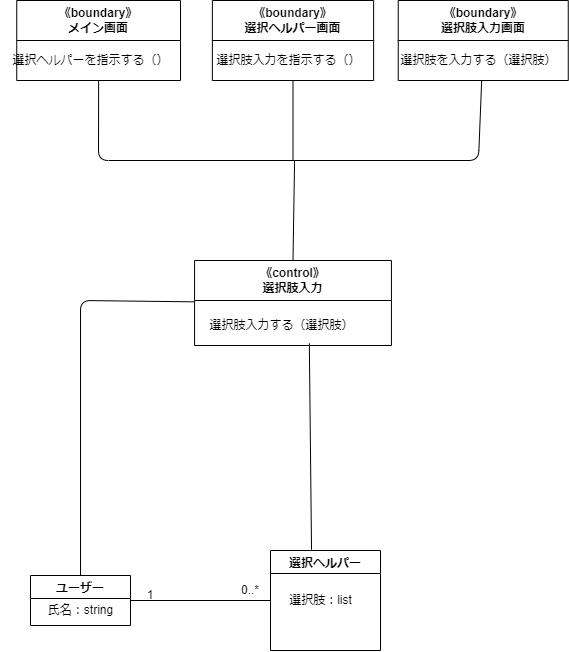
This is 分析Class12.drawio.png from Hu-Hanxu/First-App-Self-Management-, a draw.io export, as it was before one commit. Source tidied: cells renumbered, new cells last; positions are measured from the earlier drawing's top-left corner, leaving out a move shared by most shapes. The source it was exported from:
```xml
<mxGraphModel>
  <root>
    <mxCell id="0" />
    <mxCell id="1" parent="0" />
    <mxCell id="2" value="選択ヘルパー" style="swimlane;" parent="1" vertex="1">
      <mxGeometry x="270" y="550" width="110" height="100" as="geometry" />
    </mxCell>
    <mxCell id="3" value="選択肢：list" style="text;html=1;align=center;verticalAlign=middle;strokeColor=none;fillColor=none;" parent="1" vertex="1">
      <mxGeometry x="275" y="585" width="90" height="30" as="geometry" />
    </mxCell>
    <mxCell id="4" style="endArrow=none;html=1;entryX=0;entryY=0.5;entryDx=0;entryDy=0;exitX=1;exitY=0.5;exitDx=0;exitDy=0;" parent="1" edge="1" target="2">
      <mxGeometry relative="1" as="geometry">
        <mxPoint x="130" y="600" as="sourcePoint" />
      </mxGeometry>
    </mxCell>
    <mxCell id="5" value="1" style="text;html=1;strokeColor=none;fillColor=none;align=center;verticalAlign=middle;whiteSpace=wrap;rounded=0;" parent="1" vertex="1">
      <mxGeometry x="120" y="580" width="60" height="30" as="geometry" />
    </mxCell>
    <mxCell id="6" value="0..*" style="text;html=1;strokeColor=none;fillColor=none;align=center;verticalAlign=middle;whiteSpace=wrap;rounded=0;" parent="1" vertex="1">
      <mxGeometry x="230" y="580" width="40" height="20" as="geometry" />
    </mxCell>
    <mxCell id="7" value="ユーザー" style="swimlane;" parent="1" vertex="1">
      <mxGeometry x="30" y="575" width="100" height="50" as="geometry" />
    </mxCell>
    <mxCell id="8" value="氏名：string" style="text;html=1;align=center;verticalAlign=middle;strokeColor=none;fillColor=none;" parent="7" vertex="1">
      <mxGeometry x="5" y="20" width="90" height="30" as="geometry" />
    </mxCell>
    <mxCell id="9" value="&lt;span style=&quot;&quot;&gt;《control》&lt;br&gt;選択肢入力&lt;br&gt;&lt;/span&gt;" style="swimlane;whiteSpace=wrap;html=1;startSize=40;" parent="1" vertex="1">
      <mxGeometry x="194.1" y="260" width="196.9" height="85" as="geometry" />
    </mxCell>
    <mxCell id="10" value="選択肢入力する（選択肢）" style="text;html=1;align=center;verticalAlign=middle;points=[];strokeColor=none;fillColor=none;" parent="9" vertex="1">
      <mxGeometry x="1.9" y="50" width="170" height="30" as="geometry" />
    </mxCell>
    <mxCell id="11" value="《boundary》&lt;br&gt;メイン画面" style="swimlane;whiteSpace=wrap;html=1;startSize=40;" parent="1" vertex="1">
      <mxGeometry x="16.2" width="163.8" height="80" as="geometry" />
    </mxCell>
    <mxCell id="12" value="選択ヘルパーを指示する（）" style="text;html=1;align=center;verticalAlign=middle;strokeColor=none;fillColor=none;" parent="11" vertex="1">
      <mxGeometry x="-16.2" y="45" width="180" height="30" as="geometry" />
    </mxCell>
    <mxCell id="13" value="《boundary》&lt;br&gt;選択ヘルパー画面" style="swimlane;whiteSpace=wrap;html=1;startSize=40;" parent="1" vertex="1">
      <mxGeometry x="211.9" width="161.2" height="80" as="geometry" />
    </mxCell>
    <mxCell id="14" value="選択肢入力を指示する（）" style="text;html=1;align=center;verticalAlign=middle;strokeColor=none;fillColor=none;" parent="13" vertex="1">
      <mxGeometry x="-8.8" y="45" width="170" height="30" as="geometry" />
    </mxCell>
    <mxCell id="15" value="《boundary》&lt;br&gt;選択肢入力画面" style="swimlane;whiteSpace=wrap;html=1;startSize=40;" parent="1" vertex="1">
      <mxGeometry x="397.8" width="170" height="80" as="geometry" />
    </mxCell>
    <mxCell id="16" value="選択肢を入力する（選択肢）" style="text;html=1;align=center;verticalAlign=middle;strokeColor=none;fillColor=none;" parent="15" vertex="1">
      <mxGeometry x="-10" y="45" width="180" height="30" as="geometry" />
    </mxCell>
    <mxCell id="17" style="endArrow=none;html=1;exitX=0.5;exitY=1;exitDx=0;exitDy=0;" parent="1" edge="1" source="11" target="15">
      <mxGeometry relative="1" as="geometry">
        <Array as="points">
          <mxPoint x="98" y="160" />
          <mxPoint x="478" y="160" />
        </Array>
      </mxGeometry>
    </mxCell>
    <mxCell id="18" style="endArrow=none;html=1;entryX=0.5;entryY=1;entryDx=0;entryDy=0;" parent="1" edge="1" target="13">
      <mxGeometry relative="1" as="geometry">
        <mxPoint x="292.5" y="160" as="sourcePoint" />
      </mxGeometry>
    </mxCell>
    <mxCell id="19" style="endArrow=none;html=1;exitX=0.5;exitY=0;exitDx=0;exitDy=0;" parent="1" edge="1" source="9">
      <mxGeometry relative="1" as="geometry">
        <mxPoint x="294.1" y="160" as="targetPoint" />
      </mxGeometry>
    </mxCell>
    <mxCell id="20" style="endArrow=none;html=1;exitX=0.5;exitY=0;exitDx=0;exitDy=0;" parent="1" edge="1" source="7" target="9">
      <mxGeometry relative="1" as="geometry">
        <Array as="points">
          <mxPoint x="80" y="300" />
        </Array>
      </mxGeometry>
    </mxCell>
    <mxCell id="21" style="endArrow=none;html=1;exitX=0.373;exitY=-0.008;exitDx=0;exitDy=0;entryX=0.664;entryY=1.096;entryDx=0;entryDy=0;entryPerimeter=0;exitPerimeter=0;" parent="1" edge="1" source="2" target="10">
      <mxGeometry relative="1" as="geometry" />
    </mxCell>
  </root>
</mxGraphModel>
```
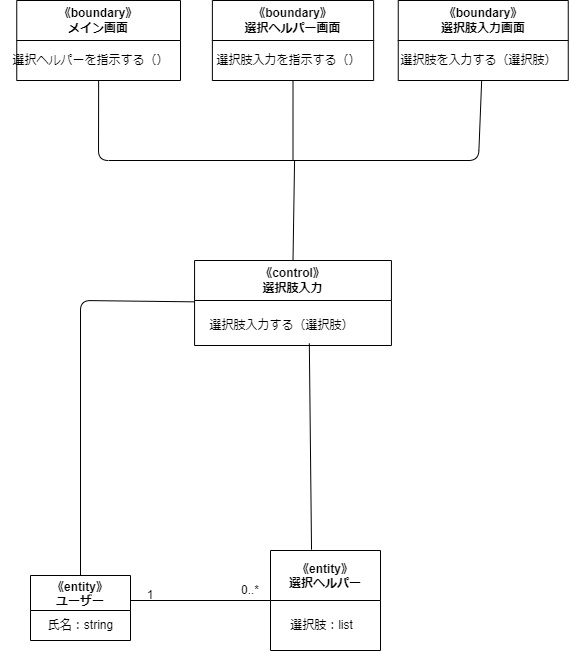
After the change.

Diff of the diagram source:
```diff
@@ -2,11 +2,11 @@
   <root>
     <mxCell id="0" />
     <mxCell id="1" parent="0" />
-    <mxCell id="2" value="選択ヘルパー" style="swimlane;" parent="1" vertex="1">
+    <mxCell id="2" value="《entity》&#10;選択ヘルパー" style="swimlane;startSize=50;" parent="1" vertex="1">
       <mxGeometry x="270" y="550" width="110" height="100" as="geometry" />
     </mxCell>
-    <mxCell id="3" value="選択肢：list" style="text;html=1;align=center;verticalAlign=middle;strokeColor=none;fillColor=none;" parent="1" vertex="1">
-      <mxGeometry x="275" y="585" width="90" height="30" as="geometry" />
+    <mxCell id="3" value="選択肢：list" style="text;html=1;align=center;verticalAlign=middle;strokeColor=none;fillColor=none;" parent="2" vertex="1">
+      <mxGeometry x="5.9" y="60" width="90" height="30" as="geometry" />
     </mxCell>
     <mxCell id="4" style="endArrow=none;html=1;entryX=0;entryY=0.5;entryDx=0;entryDy=0;exitX=1;exitY=0.5;exitDx=0;exitDy=0;" parent="1" edge="1" target="2">
       <mxGeometry relative="1" as="geometry">
@@ -19,11 +19,11 @@
     <mxCell id="6" value="0..*" style="text;html=1;strokeColor=none;fillColor=none;align=center;verticalAlign=middle;whiteSpace=wrap;rounded=0;" parent="1" vertex="1">
       <mxGeometry x="230" y="580" width="40" height="20" as="geometry" />
     </mxCell>
-    <mxCell id="7" value="ユーザー" style="swimlane;" parent="1" vertex="1">
-      <mxGeometry x="30" y="575" width="100" height="50" as="geometry" />
+    <mxCell id="7" value="《entity》&#10;ユーザー" style="swimlane;startSize=35;" parent="1" vertex="1">
+      <mxGeometry x="30" y="575" width="100" height="65" as="geometry" />
     </mxCell>
     <mxCell id="8" value="氏名：string" style="text;html=1;align=center;verticalAlign=middle;strokeColor=none;fillColor=none;" parent="7" vertex="1">
-      <mxGeometry x="5" y="20" width="90" height="30" as="geometry" />
+      <mxGeometry x="5" y="35" width="90" height="30" as="geometry" />
     </mxCell>
     <mxCell id="9" value="&lt;span style=&quot;&quot;&gt;《control》&lt;br&gt;選択肢入力&lt;br&gt;&lt;/span&gt;" style="swimlane;whiteSpace=wrap;html=1;startSize=40;" parent="1" vertex="1">
       <mxGeometry x="194.1" y="260" width="196.9" height="85" as="geometry" />
```
